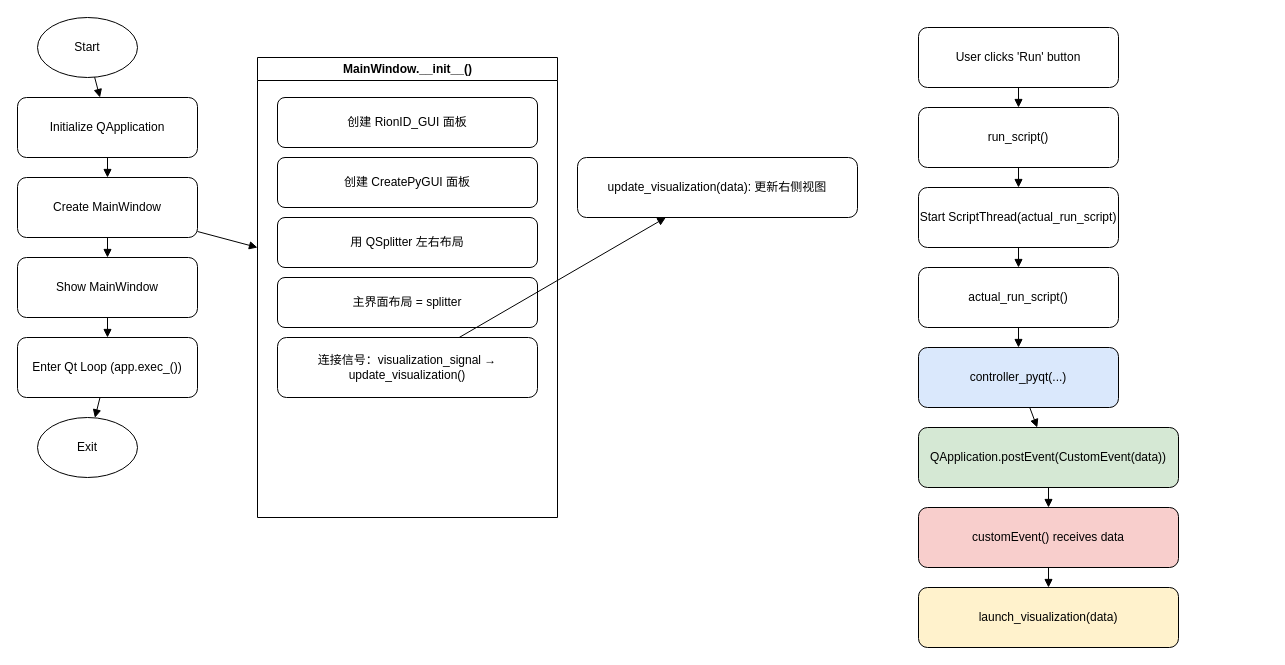
Above: rionid.drawio in ruijiuchen/rionid (draw.io), before the change. Source tidied: cells renumbered, new cells numbered last; positions are measured from the earlier drawing's top-left corner, leaving out a move shared by most shapes. Both pictures are drawn from the tidied source at 100%, with x=0, y=0 at pixel (17, 17).
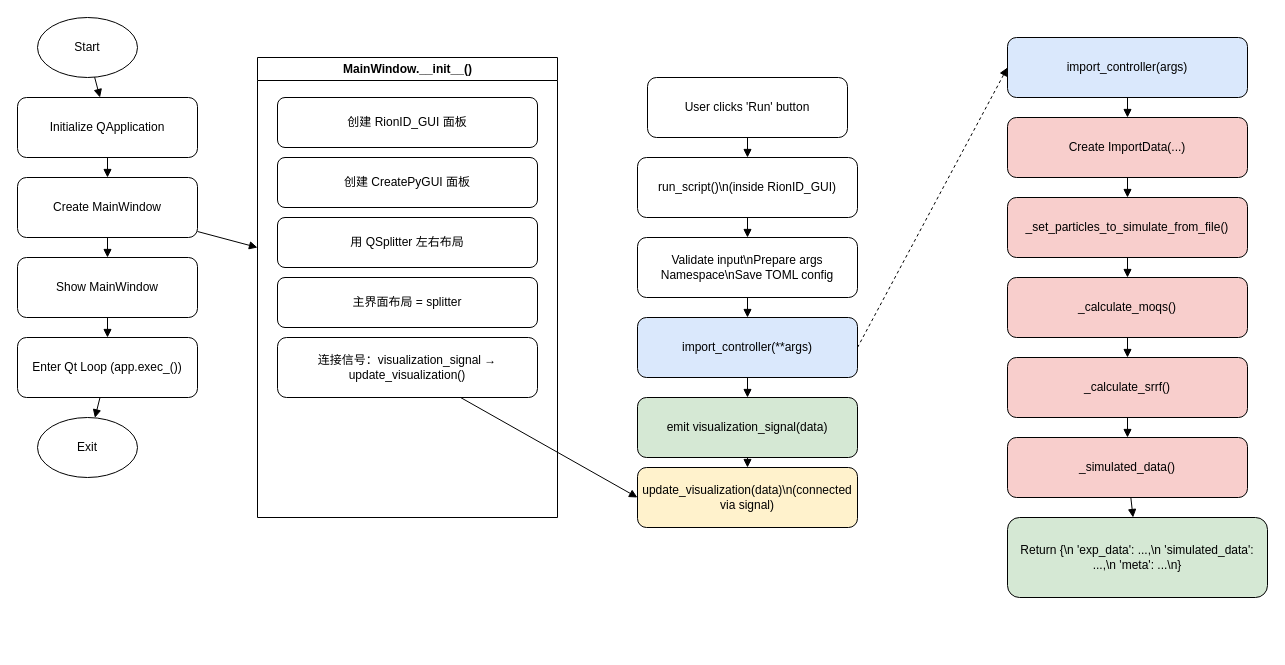
The same diagram, later.

The change refers to these unchanged cells:
```xml
<mxCell id="13" value="连接信号：visualization_signal → update_visualization()" style="rounded=1;whiteSpace=wrap;html=1;" parent="8" vertex="1">
  <mxGeometry x="20" y="280" width="260" height="60" as="geometry" />
</mxCell>
```

Diff of the diagram source:
```diff
@@
-    <mxCell id="14" value="update_visualization(data): 更新右侧视图" style="rounded=1;whiteSpace=wrap;html=1;" parent="1" vertex="1">
-      <mxGeometry x="560" y="140" width="280" height="60" as="geometry" />
-    </mxCell>
@@
-    <mxCell id="21" style="endArrow=block;" parent="1" edge="1" source="13" target="14">
+    <mxCell id="21" style="endArrow=block;entryX=0;entryY=0.5;entryDx=0;entryDy=0;" parent="1" edge="1" source="13" target="45">
       <mxGeometry relative="1" as="geometry" />
     </mxCell>
     <mxCell id="22" value="User clicks 'Run' button" style="rounded=1;whiteSpace=wrap;html=1;" parent="1" vertex="1">
-      <mxGeometry x="901" y="10" width="200" height="60" as="geometry" />
+      <mxGeometry x="630" y="60" width="200" height="60" as="geometry" />
     </mxCell>
-    <mxCell id="23" value="run_script()" style="rounded=1;whiteSpace=wrap;html=1;" parent="1" vertex="1">
-      <mxGeometry x="901" y="90" width="200" height="60" as="geometry" />
-    </mxCell>
-    <mxCell id="24" value="Start ScriptThread(actual_run_script)" style="rounded=1;whiteSpace=wrap;html=1;" parent="1" vertex="1">
-      <mxGeometry x="901" y="170" width="200" height="60" as="geometry" />
-    </mxCell>
-    <mxCell id="25" value="actual_run_script()" style="rounded=1;whiteSpace=wrap;html=1;" parent="1" vertex="1">
-      <mxGeometry x="901" y="250" width="200" height="60" as="geometry" />
-    </mxCell>
-    <mxCell id="26" value="controller_pyqt(...)" style="rounded=1;whiteSpace=wrap;html=1;fillColor=#dae8fc;" parent="1" vertex="1">
-      <mxGeometry x="901" y="330" width="200" height="60" as="geometry" />
-    </mxCell>
-    <mxCell id="27" value="QApplication.postEvent(CustomEvent(data))" style="rounded=1;whiteSpace=wrap;html=1;fillColor=#d5e8d4;" parent="1" vertex="1">
-      <mxGeometry x="901" y="410" width="260" height="60" as="geometry" />
-    </mxCell>
-    <mxCell id="28" value="customEvent() receives data" style="rounded=1;whiteSpace=wrap;html=1;fillColor=#f8cecc;" parent="1" vertex="1">
-      <mxGeometry x="901" y="490" width="260" height="60" as="geometry" />
-    </mxCell>
-    <mxCell id="29" value="launch_visualization(data)" style="rounded=1;whiteSpace=wrap;html=1;fillColor=#fff2cc;" parent="1" vertex="1">
-      <mxGeometry x="901" y="570" width="260" height="60" as="geometry" />
-    </mxCell>
-    <mxCell id="30" style="endArrow=block;" parent="1" edge="1" source="22" target="23">
-      <mxGeometry relative="1" as="geometry" />
-    </mxCell>
-    <mxCell id="31" style="endArrow=block;" parent="1" edge="1" source="23" target="24">
-      <mxGeometry relative="1" as="geometry" />
-    </mxCell>
-    <mxCell id="32" style="endArrow=block;" parent="1" edge="1" source="24" target="25">
-      <mxGeometry relative="1" as="geometry" />
-    </mxCell>
-    <mxCell id="33" style="endArrow=block;" parent="1" edge="1" source="25" target="26">
-      <mxGeometry relative="1" as="geometry" />
-    </mxCell>
-    <mxCell id="34" style="endArrow=block;" parent="1" edge="1" source="26" target="27">
-      <mxGeometry relative="1" as="geometry" />
-    </mxCell>
-    <mxCell id="35" style="endArrow=block;" parent="1" edge="1" source="27" target="28">
-      <mxGeometry relative="1" as="geometry" />
-    </mxCell>
-    <mxCell id="36" style="endArrow=block;" parent="1" edge="1" source="28" target="29">
-      <mxGeometry relative="1" as="geometry" />
-    </mxCell>
+    <mxCell id="37" value="run_script()\n(inside RionID_GUI)" style="rounded=1;whiteSpace=wrap;html=1;fillColor=#ffffff;" parent="1" vertex="1">
+      <mxGeometry x="620" y="140" width="220" height="60" as="geometry" />
+    </mxCell>
+    <mxCell id="38" value="Validate input\nPrepare args Namespace\nSave TOML config" style="rounded=1;whiteSpace=wrap;html=1;fillColor=#ffffff;" parent="1" vertex="1">
+      <mxGeometry x="620" y="220" width="220" height="60" as="geometry" />
+    </mxCell>
+    <mxCell id="39" value="import_controller(**args)" style="rounded=1;whiteSpace=wrap;html=1;fillColor=#dae8fc;" parent="1" vertex="1">
+      <mxGeometry x="620" y="300" width="220" height="60" as="geometry" />
+    </mxCell>
+    <mxCell id="40" value="emit visualization_signal(data)" style="rounded=1;whiteSpace=wrap;html=1;fillColor=#d5e8d4;" parent="1" vertex="1">
+      <mxGeometry x="620" y="380" width="220" height="60" as="geometry" />
+    </mxCell>
+    <mxCell id="41" style="endArrow=block;" parent="1" edge="1" source="22" target="37">
+      <mxGeometry relative="1" as="geometry" />
+    </mxCell>
+    <mxCell id="42" style="endArrow=block;" parent="1" edge="1" source="37" target="38">
+      <mxGeometry relative="1" as="geometry" />
+    </mxCell>
+    <mxCell id="43" style="endArrow=block;" parent="1" edge="1" source="38" target="39">
+      <mxGeometry relative="1" as="geometry" />
+    </mxCell>
+    <mxCell id="44" style="endArrow=block;" parent="1" edge="1" source="39" target="40">
+      <mxGeometry relative="1" as="geometry" />
+    </mxCell>
+    <mxCell id="45" value="update_visualization(data)\n(connected via signal)" style="rounded=1;whiteSpace=wrap;html=1;fillColor=#fff2cc;" parent="1" vertex="1">
+      <mxGeometry x="620" y="450" width="220" height="60" as="geometry" />
+    </mxCell>
+    <mxCell id="46" style="endArrow=block;dashed=1;" parent="1" edge="1" source="40" target="45">
+      <mxGeometry relative="1" as="geometry" />
+    </mxCell>
+    <mxCell id="47" style="endArrow=block;dashed=1;exitX=1;exitY=0.5;exitDx=0;exitDy=0;entryX=0;entryY=0.5;entryDx=0;entryDy=0;" parent="1" edge="1" source="39" target="48">
+      <mxGeometry relative="1" as="geometry" />
+    </mxCell>
+    <mxCell id="48" value="import_controller(args)" style="rounded=1;whiteSpace=wrap;html=1;fillColor=#dae8fc;" parent="1" vertex="1">
+      <mxGeometry x="990" y="20" width="240" height="60" as="geometry" />
+    </mxCell>
+    <mxCell id="49" value="Create ImportData(...)" style="rounded=1;whiteSpace=wrap;html=1;fillColor=#f8cecc;" parent="1" vertex="1">
+      <mxGeometry x="990" y="100" width="240" height="60" as="geometry" />
+    </mxCell>
+    <mxCell id="50" value="_set_particles_to_simulate_from_file()" style="rounded=1;whiteSpace=wrap;html=1;fillColor=#f8cecc;" parent="1" vertex="1">
+      <mxGeometry x="990" y="180" width="240" height="60" as="geometry" />
+    </mxCell>
+    <mxCell id="51" value="_calculate_moqs()" style="rounded=1;whiteSpace=wrap;html=1;fillColor=#f8cecc;" parent="1" vertex="1">
+      <mxGeometry x="990" y="260" width="240" height="60" as="geometry" />
+    </mxCell>
+    <mxCell id="52" value="_calculate_srrf()" style="rounded=1;whiteSpace=wrap;html=1;fillColor=#f8cecc;" parent="1" vertex="1">
+      <mxGeometry x="990" y="340" width="240" height="60" as="geometry" />
+    </mxCell>
+    <mxCell id="53" value="_simulated_data()" style="rounded=1;whiteSpace=wrap;html=1;fillColor=#f8cecc;" parent="1" vertex="1">
+      <mxGeometry x="990" y="420" width="240" height="60" as="geometry" />
+    </mxCell>
+    <mxCell id="54" value="Return {\n  'exp_data': ...,\n  'simulated_data': ...,\n  'meta': ...\n}" style="rounded=1;whiteSpace=wrap;html=1;fillColor=#d5e8d4;" parent="1" vertex="1">
+      <mxGeometry x="990" y="500" width="260" height="80" as="geometry" />
+    </mxCell>
+    <mxCell id="55" style="endArrow=block;" parent="1" edge="1" source="48" target="49">
+      <mxGeometry relative="1" as="geometry" />
+    </mxCell>
+    <mxCell id="56" style="endArrow=block;" parent="1" edge="1" source="49" target="50">
+      <mxGeometry relative="1" as="geometry" />
+    </mxCell>
+    <mxCell id="57" style="endArrow=block;" parent="1" edge="1" source="50" target="51">
+      <mxGeometry relative="1" as="geometry" />
+    </mxCell>
+    <mxCell id="58" style="endArrow=block;" parent="1" edge="1" source="51" target="52">
+      <mxGeometry relative="1" as="geometry" />
+    </mxCell>
+    <mxCell id="59" style="endArrow=block;" parent="1" edge="1" source="52" target="53">
+      <mxGeometry relative="1" as="geometry" />
+    </mxCell>
+    <mxCell id="60" style="endArrow=block;" parent="1" edge="1" source="53" target="54">
+      <mxGeometry relative="1" as="geometry" />
+    </mxCell>
```
